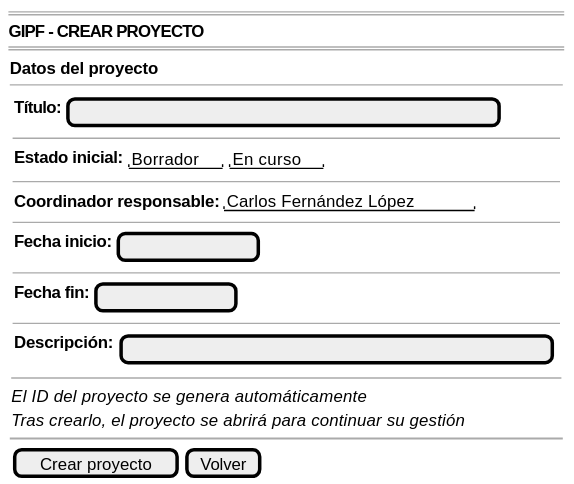
This is documents/casosDeUso/detalle/coordinador/02-gestion-proyectos/crearProyecto/prototipo/crearProyecto-wireframe.svg from 31Diego/25-26-IdSw1-SdR, a PlantUML export, as it was before one commit.
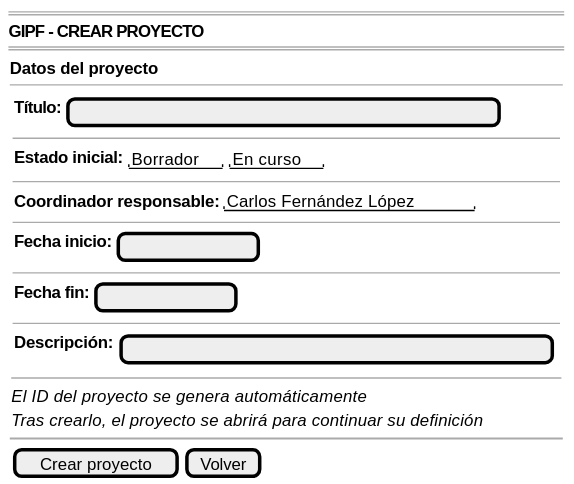
The same diagram one commit later.

Change to the diagram source:
```diff
@@ -23,7 +23,7 @@
             }
             --
             <i>El ID del proyecto se genera automáticamente</i>
-            <i>Tras crearlo, el proyecto se abrirá para continuar su gestión</i>
+            <i>Tras crearlo, el proyecto se abrirá para continuar su definición</i>
         }
 
         ~~
```
